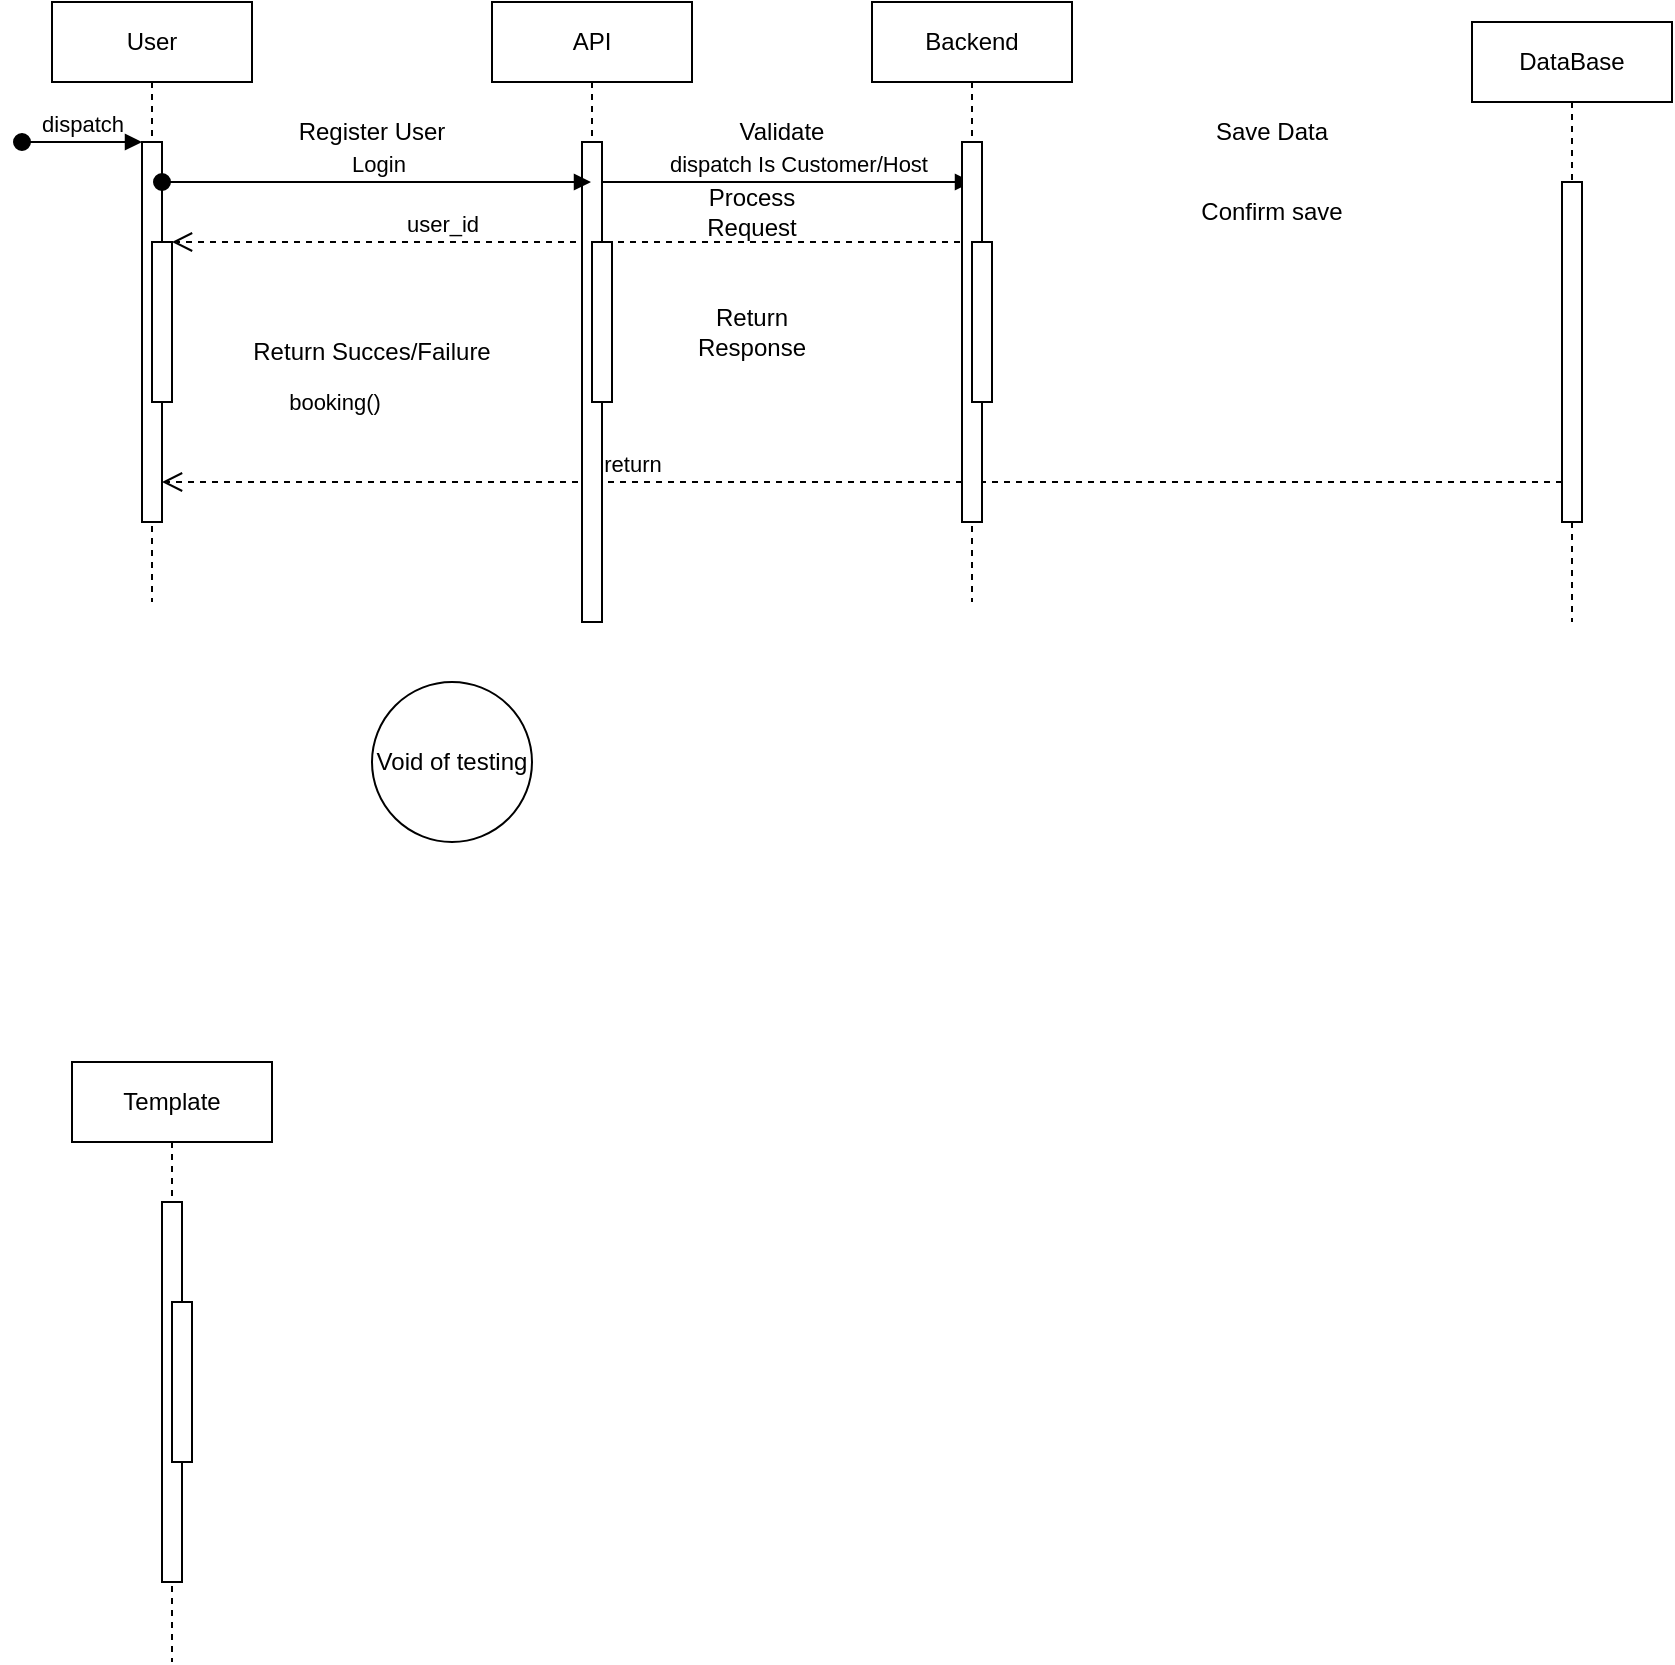
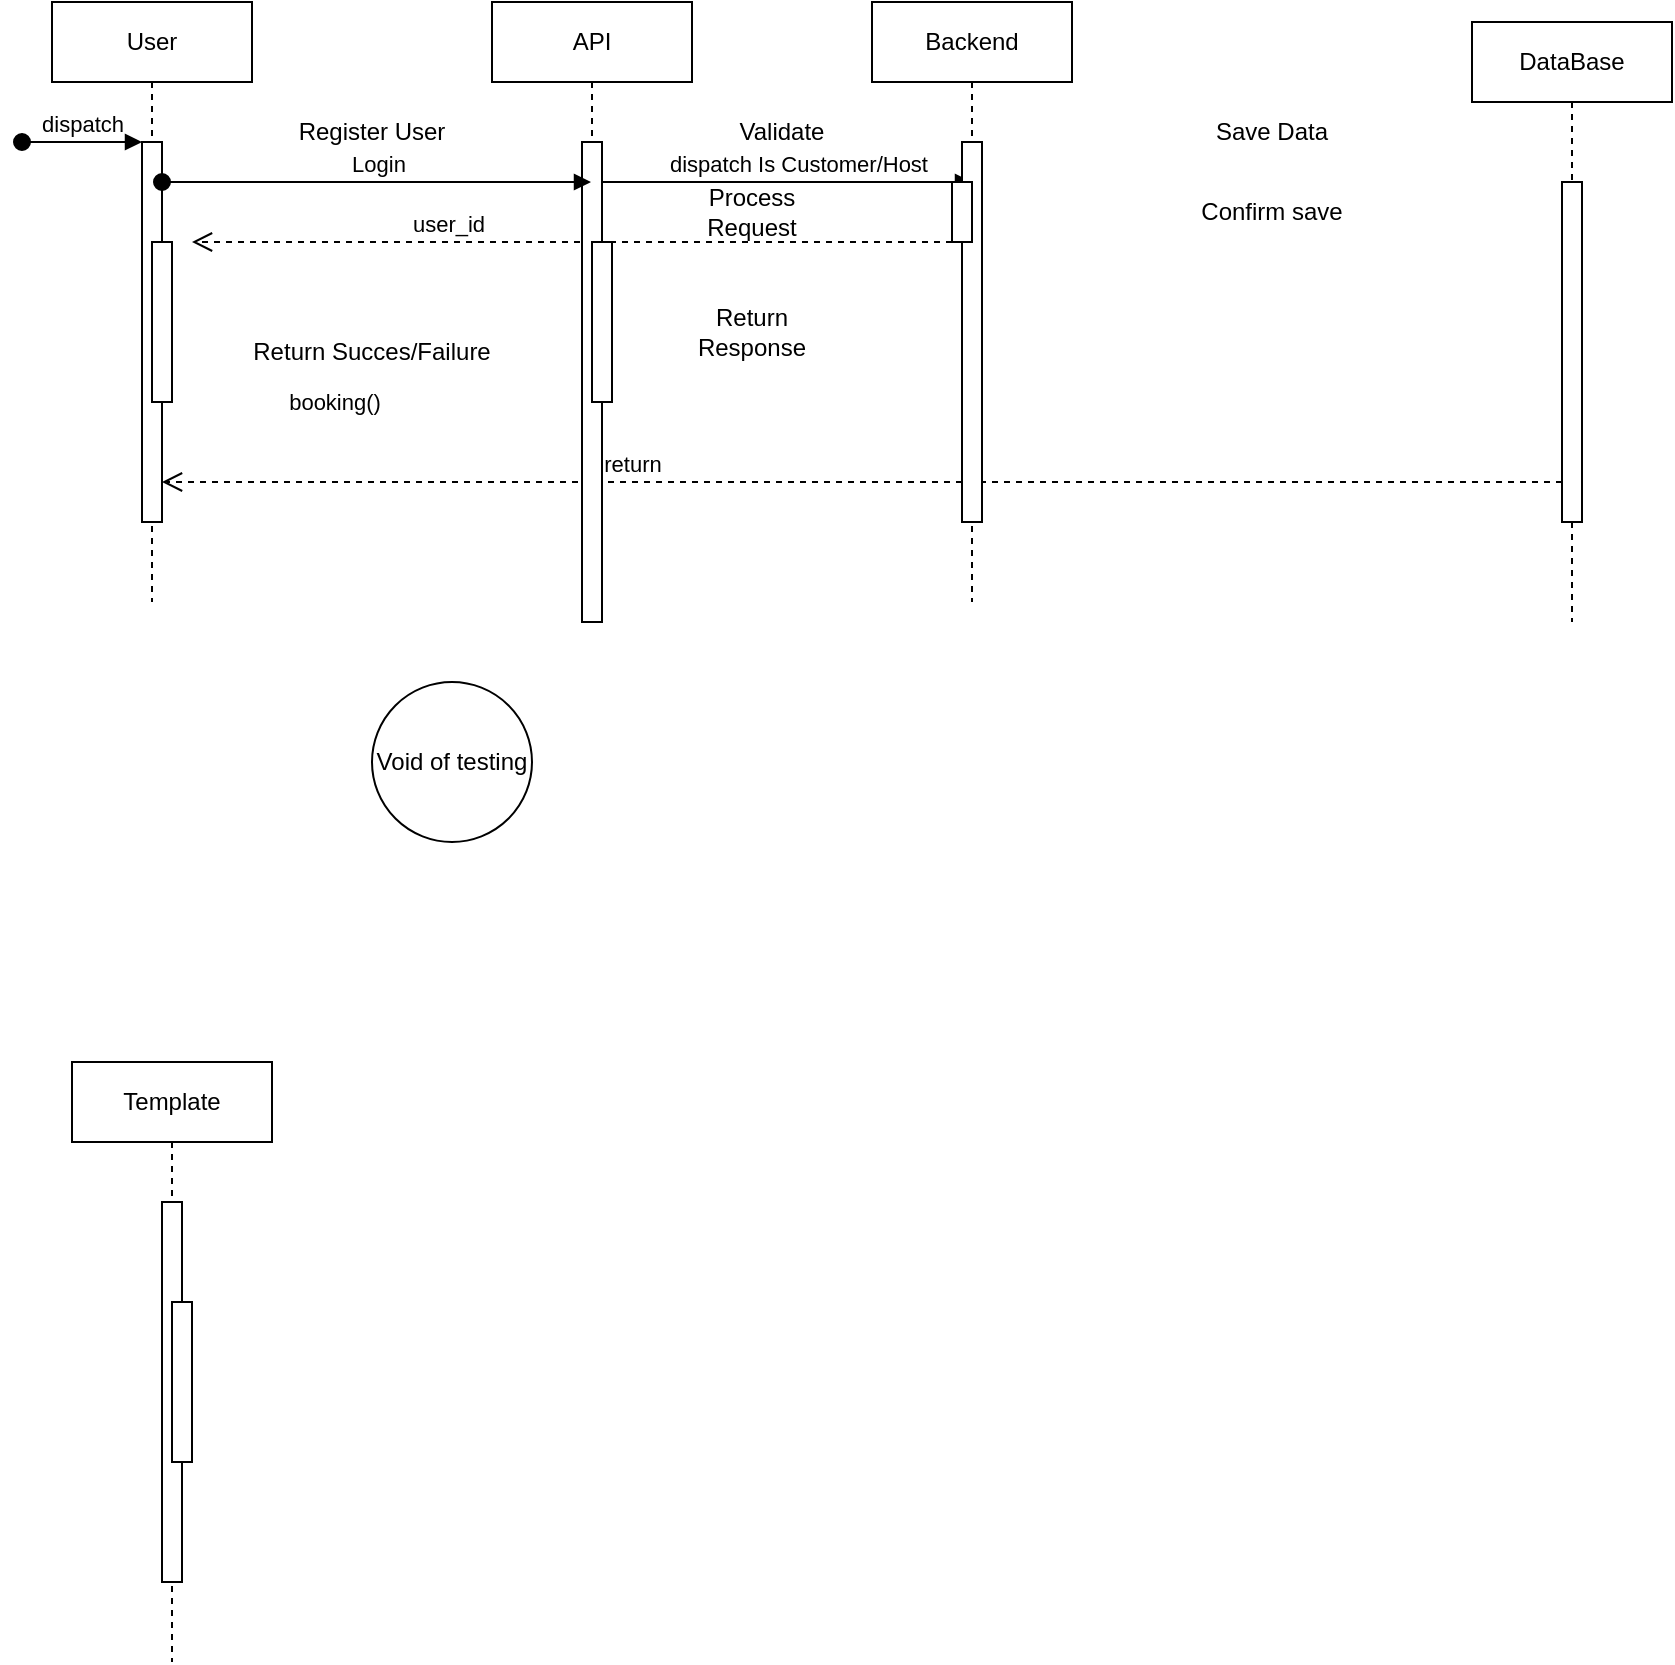
<mxfile host="app.diagrams.net" agent="5.0 (Macintosh; Intel Mac OS X 10_15_7) AppleWebKit/537.36 (KHTML, like Gecko) Chrome/109.0.0.0 Safari/537.36">
  <diagram name="Page-1" id="2YBvvXClWsGukQMizWep">
-     <mxGraphModel dx="1090" dy="908" grid="1" gridSize="10" guides="1" tooltips="1" connect="1" arrows="1" fold="1" page="1" pageScale="1" pageWidth="850" pageHeight="1100" math="0" shadow="0">
+     <mxGraphModel dx="419" dy="514" grid="1" gridSize="10" guides="1" tooltips="1" connect="1" arrows="1" fold="1" page="1" pageScale="1" pageWidth="850" pageHeight="1100" math="0" shadow="0">
      <root>
        <mxCell id="0" />
        <mxCell id="1" parent="0" />
        <mxCell id="aM9ryv3xv72pqoxQDRHE-1" parent="1" style="shape=umlLifeline;perimeter=lifelinePerimeter;whiteSpace=wrap;html=1;container=0;dropTarget=0;collapsible=0;recursiveResize=0;outlineConnect=0;portConstraint=eastwest;newEdgeStyle={&quot;edgeStyle&quot;:&quot;elbowEdgeStyle&quot;,&quot;elbow&quot;:&quot;vertical&quot;,&quot;curved&quot;:0,&quot;rounded&quot;:0};" value="User" vertex="1">
          <mxGeometry height="300" width="100" x="30" y="40" as="geometry" />
        </mxCell>
        <mxCell id="aM9ryv3xv72pqoxQDRHE-2" parent="aM9ryv3xv72pqoxQDRHE-1" style="html=1;points=[];perimeter=orthogonalPerimeter;outlineConnect=0;targetShapes=umlLifeline;portConstraint=eastwest;newEdgeStyle={&quot;edgeStyle&quot;:&quot;elbowEdgeStyle&quot;,&quot;elbow&quot;:&quot;vertical&quot;,&quot;curved&quot;:0,&quot;rounded&quot;:0};" value="" vertex="1">
          <mxGeometry height="190" width="10" x="45" y="70" as="geometry" />
        </mxCell>
        <mxCell id="aM9ryv3xv72pqoxQDRHE-3" edge="1" parent="aM9ryv3xv72pqoxQDRHE-1" style="html=1;verticalAlign=bottom;startArrow=oval;endArrow=block;startSize=8;edgeStyle=elbowEdgeStyle;elbow=vertical;curved=0;rounded=0;" target="aM9ryv3xv72pqoxQDRHE-2" value="dispatch">
          <mxGeometry relative="1" as="geometry">
            <mxPoint x="-15" y="70" as="sourcePoint" />
          </mxGeometry>
        </mxCell>
        <mxCell id="aM9ryv3xv72pqoxQDRHE-4" parent="aM9ryv3xv72pqoxQDRHE-1" style="html=1;points=[];perimeter=orthogonalPerimeter;outlineConnect=0;targetShapes=umlLifeline;portConstraint=eastwest;newEdgeStyle={&quot;edgeStyle&quot;:&quot;elbowEdgeStyle&quot;,&quot;elbow&quot;:&quot;vertical&quot;,&quot;curved&quot;:0,&quot;rounded&quot;:0};" value="" vertex="1">
          <mxGeometry height="80" width="10" x="50" y="120" as="geometry" />
        </mxCell>
        <mxCell id="aM9ryv3xv72pqoxQDRHE-5" parent="1" style="shape=umlLifeline;perimeter=lifelinePerimeter;whiteSpace=wrap;html=1;container=0;dropTarget=0;collapsible=0;recursiveResize=0;outlineConnect=0;portConstraint=eastwest;newEdgeStyle={&quot;edgeStyle&quot;:&quot;elbowEdgeStyle&quot;,&quot;elbow&quot;:&quot;vertical&quot;,&quot;curved&quot;:0,&quot;rounded&quot;:0};" value="DataBase" vertex="1">
          <mxGeometry height="300" width="100" x="740" y="50" as="geometry" />
        </mxCell>
        <mxCell id="aM9ryv3xv72pqoxQDRHE-6" parent="aM9ryv3xv72pqoxQDRHE-5" style="html=1;points=[];perimeter=orthogonalPerimeter;outlineConnect=0;targetShapes=umlLifeline;portConstraint=eastwest;newEdgeStyle={&quot;edgeStyle&quot;:&quot;elbowEdgeStyle&quot;,&quot;elbow&quot;:&quot;vertical&quot;,&quot;curved&quot;:0,&quot;rounded&quot;:0};" value="" vertex="1">
          <mxGeometry height="170" width="10" x="45" y="80" as="geometry" />
        </mxCell>
        <mxCell id="aM9ryv3xv72pqoxQDRHE-7" edge="1" parent="1" source="7Z1T8ZwHcXeBXznP6D7j-6" style="html=1;verticalAlign=bottom;endArrow=block;edgeStyle=elbowEdgeStyle;elbow=vertical;curved=0;rounded=0;entryX=0.5;entryY=0.105;entryDx=0;entryDy=0;entryPerimeter=0;" target="7Z1T8ZwHcXeBXznP6D7j-10" value="dispatch Is Customer/Host">
          <mxGeometry relative="1" x="0.0616" as="geometry">
            <mxPoint as="offset" />
            <Array as="points">
              <mxPoint x="440" y="130" />
            </Array>
            <mxPoint x="195" y="130" as="sourcePoint" />
            <mxPoint x="480" y="130" as="targetPoint" />
          </mxGeometry>
        </mxCell>
        <mxCell id="SUudZ_YsPv13DbzPBlVf-1" connectable="0" parent="aM9ryv3xv72pqoxQDRHE-7" style="edgeLabel;html=1;align=center;verticalAlign=middle;resizable=0;points=[];" value="booking()" vertex="1">
          <mxGeometry relative="1" x="-0.6283" y="3" as="geometry">
            <mxPoint x="-169" y="113" as="offset" />
          </mxGeometry>
        </mxCell>
        <mxCell id="aM9ryv3xv72pqoxQDRHE-8" edge="1" parent="1" source="aM9ryv3xv72pqoxQDRHE-6" style="html=1;verticalAlign=bottom;endArrow=open;dashed=1;endSize=8;edgeStyle=elbowEdgeStyle;elbow=vertical;curved=0;rounded=0;" target="aM9ryv3xv72pqoxQDRHE-2" value="return">
          <mxGeometry relative="1" x="0.3286" as="geometry">
            <mxPoint as="offset" />
            <Array as="points">
              <mxPoint x="190" y="280" />
            </Array>
            <mxPoint x="195" y="205" as="targetPoint" />
          </mxGeometry>
        </mxCell>
-         <mxCell id="aM9ryv3xv72pqoxQDRHE-10" edge="1" parent="1" source="7Z1T8ZwHcXeBXznP6D7j-11" style="html=1;verticalAlign=bottom;endArrow=open;dashed=1;endSize=8;edgeStyle=elbowEdgeStyle;elbow=vertical;curved=0;rounded=0;" target="aM9ryv3xv72pqoxQDRHE-4" value="user_id">
+         <mxCell id="aM9ryv3xv72pqoxQDRHE-10" edge="1" parent="1" source="7Z1T8ZwHcXeBXznP6D7j-11" style="html=1;verticalAlign=bottom;endArrow=open;dashed=1;endSize=8;edgeStyle=elbowEdgeStyle;elbow=vertical;curved=0;rounded=0;" value="user_id">
          <mxGeometry relative="1" x="0.325" as="geometry">
            <mxPoint as="offset" />
            <Array as="points">
-               <mxPoint x="450" y="160" />
+               <mxPoint x="460" y="160" />
            </Array>
-             <mxPoint x="550" y="160" as="sourcePoint" />
-             <mxPoint x="140" y="160" as="targetPoint" />
+             <mxPoint x="460" y="160" as="sourcePoint" />
+             <mxPoint x="100" y="160" as="targetPoint" />
          </mxGeometry>
        </mxCell>
        <mxCell id="7Z1T8ZwHcXeBXznP6D7j-5" parent="1" style="shape=umlLifeline;perimeter=lifelinePerimeter;whiteSpace=wrap;html=1;container=0;dropTarget=0;collapsible=0;recursiveResize=0;outlineConnect=0;portConstraint=eastwest;newEdgeStyle={&quot;edgeStyle&quot;:&quot;elbowEdgeStyle&quot;,&quot;elbow&quot;:&quot;vertical&quot;,&quot;curved&quot;:0,&quot;rounded&quot;:0};" value="API" vertex="1">
          <mxGeometry height="300" width="100" x="250" y="40" as="geometry" />
        </mxCell>
        <mxCell id="7Z1T8ZwHcXeBXznP6D7j-6" parent="7Z1T8ZwHcXeBXznP6D7j-5" style="html=1;points=[];perimeter=orthogonalPerimeter;outlineConnect=0;targetShapes=umlLifeline;portConstraint=eastwest;newEdgeStyle={&quot;edgeStyle&quot;:&quot;elbowEdgeStyle&quot;,&quot;elbow&quot;:&quot;vertical&quot;,&quot;curved&quot;:0,&quot;rounded&quot;:0};" value="" vertex="1">
          <mxGeometry height="240" width="10" x="45" y="70" as="geometry" />
        </mxCell>
        <mxCell id="7Z1T8ZwHcXeBXznP6D7j-8" parent="7Z1T8ZwHcXeBXznP6D7j-5" style="html=1;points=[];perimeter=orthogonalPerimeter;outlineConnect=0;targetShapes=umlLifeline;portConstraint=eastwest;newEdgeStyle={&quot;edgeStyle&quot;:&quot;elbowEdgeStyle&quot;,&quot;elbow&quot;:&quot;vertical&quot;,&quot;curved&quot;:0,&quot;rounded&quot;:0};" value="" vertex="1">
          <mxGeometry height="80" width="10" x="50" y="120" as="geometry" />
        </mxCell>
        <mxCell id="7Z1T8ZwHcXeBXznP6D7j-9" parent="1" style="shape=umlLifeline;perimeter=lifelinePerimeter;whiteSpace=wrap;html=1;container=0;dropTarget=0;collapsible=0;recursiveResize=0;outlineConnect=0;portConstraint=eastwest;newEdgeStyle={&quot;edgeStyle&quot;:&quot;elbowEdgeStyle&quot;,&quot;elbow&quot;:&quot;vertical&quot;,&quot;curved&quot;:0,&quot;rounded&quot;:0};" value="&lt;div&gt;Backend&lt;/div&gt;" vertex="1">
          <mxGeometry height="300" width="100" x="440" y="40" as="geometry" />
        </mxCell>
        <mxCell id="7Z1T8ZwHcXeBXznP6D7j-10" parent="7Z1T8ZwHcXeBXznP6D7j-9" style="html=1;points=[];perimeter=orthogonalPerimeter;outlineConnect=0;targetShapes=umlLifeline;portConstraint=eastwest;newEdgeStyle={&quot;edgeStyle&quot;:&quot;elbowEdgeStyle&quot;,&quot;elbow&quot;:&quot;vertical&quot;,&quot;curved&quot;:0,&quot;rounded&quot;:0};" value="" vertex="1">
          <mxGeometry height="190" width="10" x="45" y="70" as="geometry" />
        </mxCell>
        <mxCell id="7Z1T8ZwHcXeBXznP6D7j-11" parent="7Z1T8ZwHcXeBXznP6D7j-9" style="html=1;points=[];perimeter=orthogonalPerimeter;outlineConnect=0;targetShapes=umlLifeline;portConstraint=eastwest;newEdgeStyle={&quot;edgeStyle&quot;:&quot;elbowEdgeStyle&quot;,&quot;elbow&quot;:&quot;vertical&quot;,&quot;curved&quot;:0,&quot;rounded&quot;:0};" value="" vertex="1">
-           <mxGeometry height="80" width="10" x="50" y="120" as="geometry" />
+           <mxGeometry height="30" width="10" x="40" y="90" as="geometry" />
        </mxCell>
        <mxCell id="7Z1T8ZwHcXeBXznP6D7j-12" parent="1" style="shape=umlLifeline;perimeter=lifelinePerimeter;whiteSpace=wrap;html=1;container=0;dropTarget=0;collapsible=0;recursiveResize=0;outlineConnect=0;portConstraint=eastwest;newEdgeStyle={&quot;edgeStyle&quot;:&quot;elbowEdgeStyle&quot;,&quot;elbow&quot;:&quot;vertical&quot;,&quot;curved&quot;:0,&quot;rounded&quot;:0};" value="Template" vertex="1">
          <mxGeometry height="300" width="100" x="40" y="570" as="geometry" />
        </mxCell>
        <mxCell id="7Z1T8ZwHcXeBXznP6D7j-13" parent="7Z1T8ZwHcXeBXznP6D7j-12" style="html=1;points=[];perimeter=orthogonalPerimeter;outlineConnect=0;targetShapes=umlLifeline;portConstraint=eastwest;newEdgeStyle={&quot;edgeStyle&quot;:&quot;elbowEdgeStyle&quot;,&quot;elbow&quot;:&quot;vertical&quot;,&quot;curved&quot;:0,&quot;rounded&quot;:0};" value="" vertex="1">
          <mxGeometry height="190" width="10" x="45" y="70" as="geometry" />
        </mxCell>
        <mxCell id="7Z1T8ZwHcXeBXznP6D7j-14" parent="7Z1T8ZwHcXeBXznP6D7j-12" style="html=1;points=[];perimeter=orthogonalPerimeter;outlineConnect=0;targetShapes=umlLifeline;portConstraint=eastwest;newEdgeStyle={&quot;edgeStyle&quot;:&quot;elbowEdgeStyle&quot;,&quot;elbow&quot;:&quot;vertical&quot;,&quot;curved&quot;:0,&quot;rounded&quot;:0};" value="" vertex="1">
          <mxGeometry height="80" width="10" x="50" y="120" as="geometry" />
        </mxCell>
        <mxCell id="7Z1T8ZwHcXeBXznP6D7j-18" edge="1" parent="1" style="html=1;verticalAlign=bottom;startArrow=oval;endArrow=block;startSize=8;edgeStyle=elbowEdgeStyle;elbow=vertical;curved=0;rounded=0;" target="7Z1T8ZwHcXeBXznP6D7j-5" value="Login">
          <mxGeometry relative="1" as="geometry">
            <mxPoint x="85" y="130" as="sourcePoint" />
            <mxPoint x="150" y="130" as="targetPoint" />
          </mxGeometry>
        </mxCell>
        <mxCell id="D9VVy2PClrj1YHKQl20F-1" parent="1" style="text;html=1;whiteSpace=wrap;strokeColor=none;fillColor=none;align=center;verticalAlign=middle;rounded=0;" value="Register User" vertex="1">
          <mxGeometry height="30" width="100" x="140" y="90" as="geometry" />
        </mxCell>
        <mxCell id="D9VVy2PClrj1YHKQl20F-2" parent="1" style="text;html=1;whiteSpace=wrap;strokeColor=none;fillColor=none;align=center;verticalAlign=middle;rounded=0;" value="Validate" vertex="1">
          <mxGeometry height="30" width="60" x="365" y="90" as="geometry" />
        </mxCell>
        <mxCell id="D9VVy2PClrj1YHKQl20F-3" parent="1" style="text;html=1;whiteSpace=wrap;strokeColor=none;fillColor=none;align=center;verticalAlign=middle;rounded=0;" value="Process Request" vertex="1">
          <mxGeometry height="30" width="60" x="350" y="130" as="geometry" />
        </mxCell>
        <mxCell id="I_nbtK1dwFWHWanF6EMp-1" parent="1" style="text;html=1;whiteSpace=wrap;strokeColor=none;fillColor=none;align=center;verticalAlign=middle;rounded=0;" value="Save Data" vertex="1">
          <mxGeometry height="30" width="60" x="610" y="90" as="geometry" />
        </mxCell>
        <mxCell id="7Z1T8ZwHcXeBXznP6D7j-19" parent="1" style="ellipse;whiteSpace=wrap;html=1;aspect=fixed;" value="Void of testing" vertex="1">
          <mxGeometry height="80" width="80" x="190" y="380" as="geometry" />
        </mxCell>
        <mxCell id="I_nbtK1dwFWHWanF6EMp-2" parent="1" style="text;html=1;whiteSpace=wrap;strokeColor=none;fillColor=none;align=center;verticalAlign=middle;rounded=0;" value="Confirm save" vertex="1">
          <mxGeometry height="30" width="80" x="600" y="130" as="geometry" />
        </mxCell>
        <mxCell id="I_nbtK1dwFWHWanF6EMp-3" parent="1" style="text;html=1;whiteSpace=wrap;strokeColor=none;fillColor=none;align=center;verticalAlign=middle;rounded=0;" value="Return Response" vertex="1">
          <mxGeometry height="30" width="60" x="350" y="190" as="geometry" />
        </mxCell>
        <mxCell id="I_nbtK1dwFWHWanF6EMp-4" parent="1" style="text;html=1;whiteSpace=wrap;strokeColor=none;fillColor=none;align=center;verticalAlign=middle;rounded=0;" value="Return Succes/Failure" vertex="1">
          <mxGeometry height="30" width="140" x="120" y="200" as="geometry" />
        </mxCell>
      </root>
    </mxGraphModel>
  </diagram>
</mxfile>
